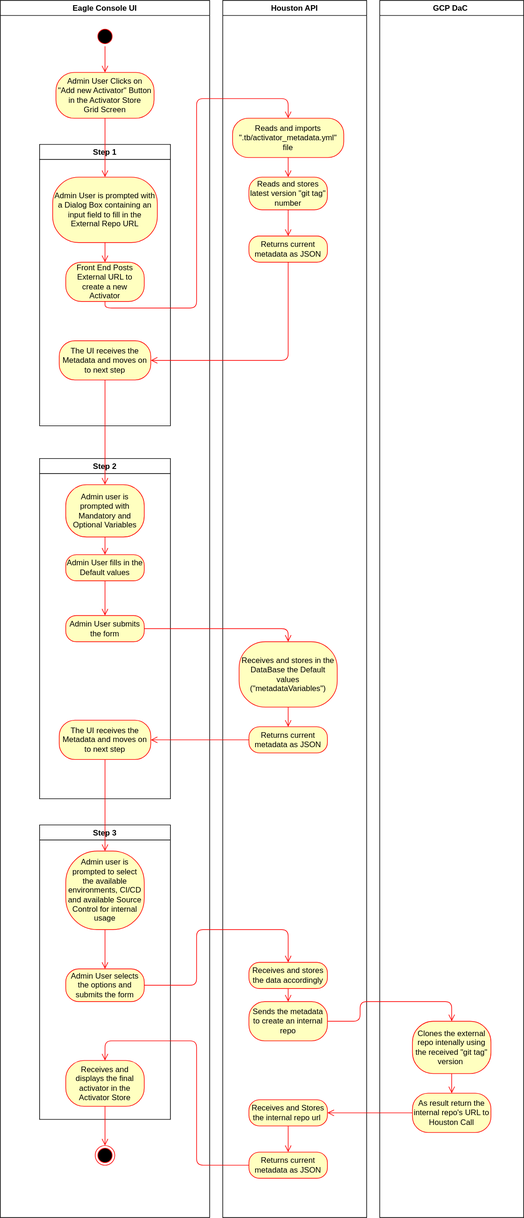
The draw.io diagram docs/activator_onboarding.svg in tranquilitybase-io/TranquilityBase, before a commit. Source tidied: cells renumbered, new cells last; positions are measured from the earlier drawing's top-left corner, leaving out a move shared by most shapes.
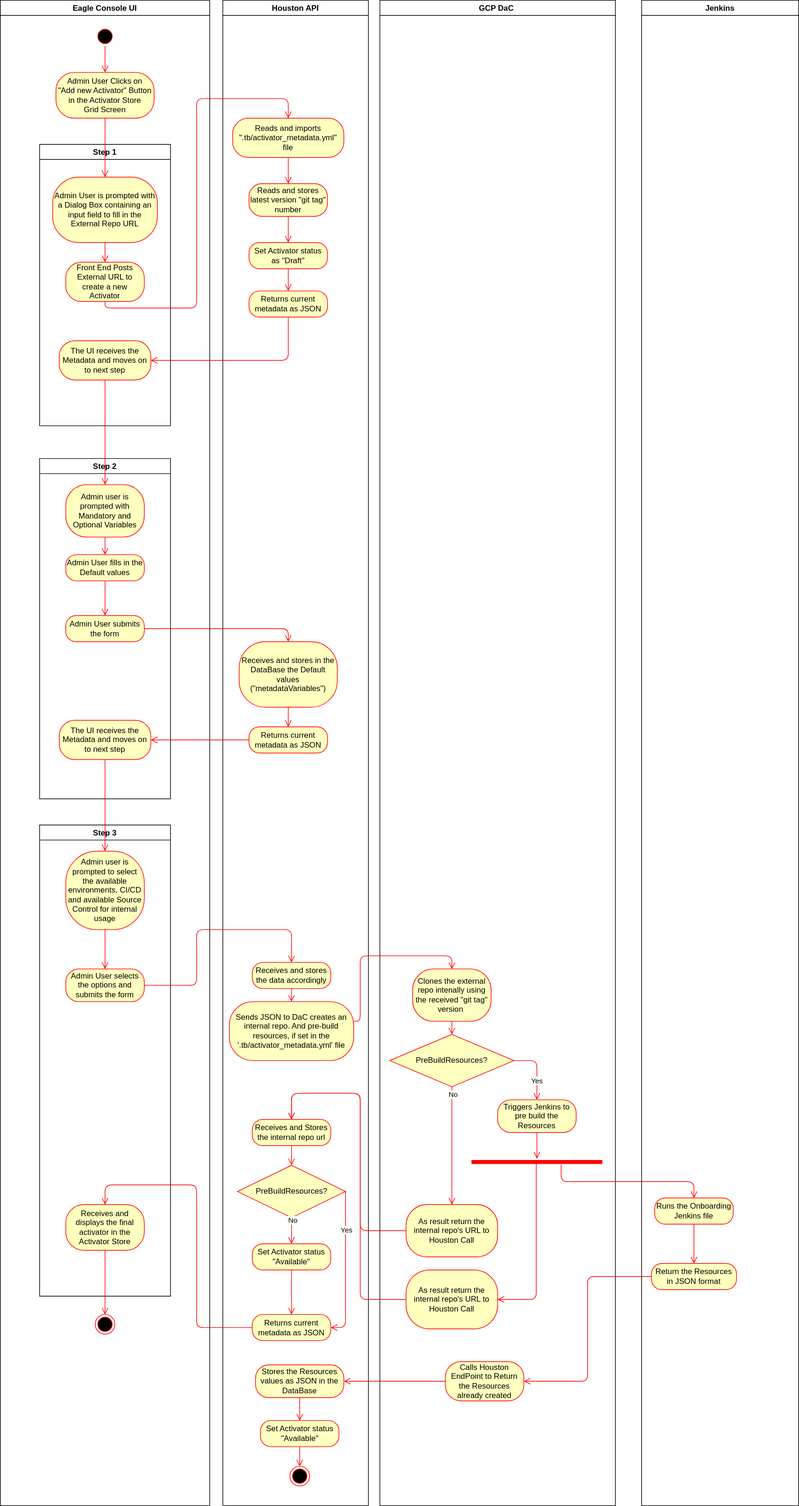
After the commit.

Commit message:
Activator onboarding to support prebuild resources

What changed in the source:
```diff
@@ -3,7 +3,7 @@
     <mxCell id="0" />
     <mxCell id="1" parent="0" />
     <mxCell id="2" value="Eagle Console UI" style="swimlane;" parent="1" vertex="1">
-      <mxGeometry width="320" height="1860" as="geometry" />
+      <mxGeometry width="320" height="2300" as="geometry" />
     </mxCell>
     <mxCell id="3" value="Step 1" style="swimlane;" parent="2" vertex="1">
       <mxGeometry x="60" y="220" width="200" height="430" as="geometry" />
@@ -36,7 +36,7 @@
       <mxGeometry x="30" y="400" width="140" height="60" as="geometry" />
     </mxCell>
     <mxCell id="13" style="ellipse;html=1;shape=endState;fillColor=#000000;strokeColor=#ff0000;" parent="2" vertex="1">
-      <mxGeometry x="145" y="1750" width="30" height="30" as="geometry" />
+      <mxGeometry x="145" y="2008" width="30" height="30" as="geometry" />
     </mxCell>
     <mxCell id="14" style="ellipse;html=1;shape=startState;fillColor=#000000;strokeColor=#ff0000;" parent="2" vertex="1">
       <mxGeometry x="145" y="40" width="30" height="30" as="geometry" />
@@ -56,7 +56,7 @@
       <mxGeometry relative="1" as="geometry" />
     </mxCell>
     <mxCell id="19" value="Step 3" style="swimlane;" parent="2" vertex="1">
-      <mxGeometry x="60" y="1260" width="200" height="450" as="geometry" />
+      <mxGeometry x="60" y="1260" width="200" height="720" as="geometry" />
     </mxCell>
     <mxCell id="20" value="Admin user is prompted to select the available environments, CI/CD and available Source Control for internal usage" style="rounded=1;whiteSpace=wrap;html=1;arcSize=40;fontColor=#000000;fillColor=#ffffc0;strokeColor=#ff0000;" parent="19" vertex="1">
       <mxGeometry x="40" y="40" width="120" height="120" as="geometry" />
@@ -65,7 +65,7 @@
       <mxGeometry x="40" y="220" width="120" height="50" as="geometry" />
     </mxCell>
     <mxCell id="22" value="Receives and displays the final activator in the Activator Store" style="rounded=1;whiteSpace=wrap;html=1;arcSize=40;fontColor=#000000;fillColor=#ffffc0;strokeColor=#ff0000;" parent="19" vertex="1">
-      <mxGeometry x="40" y="360" width="120" height="70" as="geometry" />
+      <mxGeometry x="40" y="580" width="120" height="70" as="geometry" />
     </mxCell>
     <mxCell id="23" style="edgeStyle=orthogonalEdgeStyle;html=1;verticalAlign=bottom;endArrow=open;endSize=8;strokeColor=#ff0000;entryX=0.5;entryY=0;entryDx=0;entryDy=0;" parent="2" edge="1" source="22" target="13">
       <mxGeometry relative="1" as="geometry" />
@@ -74,23 +74,22 @@
       <mxGeometry relative="1" as="geometry" />
     </mxCell>
     <mxCell id="25" value="Houston API" style="swimlane;" parent="1" vertex="1">
-      <mxGeometry x="340" width="220" height="1860" as="geometry" />
+      <mxGeometry x="340" width="222.5" height="2300" as="geometry" />
     </mxCell>
     <mxCell id="26" value="Reads and imports &quot;.tb/activator_metadata.yml&quot;&lt;br&gt;file" style="rounded=1;whiteSpace=wrap;html=1;arcSize=40;fontColor=#000000;fillColor=#ffffc0;strokeColor=#ff0000;" parent="25" vertex="1">
       <mxGeometry x="15" y="180" width="170" height="60" as="geometry" />
     </mxCell>
     <mxCell id="27" value="Reads and stores latest version &quot;git tag&quot; number" style="rounded=1;whiteSpace=wrap;html=1;arcSize=40;fontColor=#000000;fillColor=#ffffc0;strokeColor=#ff0000;" parent="25" vertex="1">
-      <mxGeometry x="40" y="270" width="120" height="50" as="geometry" />
+      <mxGeometry x="40" y="280" width="120" height="50" as="geometry" />
     </mxCell>
-    <mxCell id="28" style="edgeStyle=orthogonalEdgeStyle;html=1;verticalAlign=bottom;endArrow=open;endSize=8;strokeColor=#ff0000;exitX=0.5;exitY=1;exitDx=0;exitDy=0;entryX=0.5;entryY=0;entryDx=0;entryDy=0;" parent="25" edge="1" source="26" target="27">
-      <mxGeometry relative="1" as="geometry" />
+    <mxCell id="28" style="edgeStyle=orthogonalEdgeStyle;html=1;verticalAlign=bottom;endArrow=open;endSize=8;strokeColor=#ff0000;exitX=0.5;exitY=1;exitDx=0;exitDy=0;" parent="25" edge="1" source="26">
+      <mxGeometry relative="1" as="geometry">
+        <mxPoint x="100" y="280" as="targetPoint" />
+      </mxGeometry>
     </mxCell>
     <mxCell id="29" value="Returns current metadata as JSON" style="rounded=1;whiteSpace=wrap;html=1;arcSize=40;fontColor=#000000;fillColor=#ffffc0;strokeColor=#ff0000;" parent="25" vertex="1">
-      <mxGeometry x="40" y="360" width="120" height="40" as="geometry" />
+      <mxGeometry x="40" y="444" width="120" height="40" as="geometry" />
     </mxCell>
-    <mxCell id="30" style="edgeStyle=orthogonalEdgeStyle;html=1;verticalAlign=bottom;endArrow=open;endSize=8;strokeColor=#ff0000;exitX=0.5;exitY=1;exitDx=0;exitDy=0;entryX=0.5;entryY=0;entryDx=0;entryDy=0;" parent="25" edge="1" source="27" target="29">
-      <mxGeometry relative="1" as="geometry" />
-    </mxCell>
     <mxCell id="31" value="Receives and stores in the DataBase the Default values (&quot;metadataVariables&quot;)" style="rounded=1;whiteSpace=wrap;html=1;arcSize=40;fontColor=#000000;fillColor=#ffffc0;strokeColor=#ff0000;" parent="25" vertex="1">
       <mxGeometry x="25" y="980" width="150" height="100" as="geometry" />
     </mxCell>
@@ -101,39 +100,126 @@
       <mxGeometry relative="1" as="geometry" />
     </mxCell>
     <mxCell id="34" value="Receives and stores the data accordingly" style="rounded=1;whiteSpace=wrap;html=1;arcSize=40;fontColor=#000000;fillColor=#ffffc0;strokeColor=#ff0000;" parent="25" vertex="1">
-      <mxGeometry x="40" y="1470" width="120" height="40" as="geometry" />
+      <mxGeometry x="45" y="1470" width="120" height="40" as="geometry" />
     </mxCell>
-    <mxCell id="35" value="Sends the metadata to create an internal repo" style="rounded=1;whiteSpace=wrap;html=1;arcSize=40;fontColor=#000000;fillColor=#ffffc0;strokeColor=#ff0000;" parent="25" vertex="1">
-      <mxGeometry x="40" y="1530" width="120" height="60" as="geometry" />
+    <mxCell id="35" value="Sends JSON to DaC creates an internal repo. And pre-build resources, if set in the '.tb/activator_metadata.yml' file" style="rounded=1;whiteSpace=wrap;html=1;arcSize=40;fontColor=#000000;fillColor=#ffffc0;strokeColor=#ff0000;" parent="25" vertex="1">
+      <mxGeometry x="10" y="1530" width="190" height="90" as="geometry" />
     </mxCell>
     <mxCell id="36" style="edgeStyle=orthogonalEdgeStyle;html=1;verticalAlign=bottom;endArrow=open;endSize=8;strokeColor=#ff0000;" parent="25" edge="1" source="34" target="35">
       <mxGeometry relative="1" as="geometry" />
     </mxCell>
-    <mxCell id="37" value="Receives and Stores the internal repo url&amp;nbsp;" style="rounded=1;whiteSpace=wrap;html=1;arcSize=40;fontColor=#000000;fillColor=#ffffc0;strokeColor=#ff0000;" parent="25" vertex="1">
-      <mxGeometry x="40" y="1680" width="120" height="40" as="geometry" />
+    <mxCell id="37" value="Receives and Stores the internal repo url" style="rounded=1;whiteSpace=wrap;html=1;arcSize=40;fontColor=#000000;fillColor=#ffffc0;strokeColor=#ff0000;" parent="25" vertex="1">
+      <mxGeometry x="45" y="1710" width="120" height="40" as="geometry" />
     </mxCell>
-    <mxCell id="38" style="edgeStyle=orthogonalEdgeStyle;html=1;verticalAlign=bottom;endArrow=open;endSize=8;strokeColor=#ff0000;" parent="25" edge="1" source="37">
-      <mxGeometry relative="1" as="geometry">
-        <mxPoint x="100" y="1760" as="targetPoint" />
-      </mxGeometry>
+    <mxCell id="38" style="edgeStyle=orthogonalEdgeStyle;html=1;verticalAlign=bottom;endArrow=open;endSize=8;strokeColor=#ff0000;entryX=0.5;entryY=0;entryDx=0;entryDy=0;" parent="25" edge="1" source="37" target="60">
+      <mxGeometry relative="1" as="geometry" />
     </mxCell>
     <mxCell id="39" value="Returns current metadata as JSON" style="rounded=1;whiteSpace=wrap;html=1;arcSize=40;fontColor=#000000;fillColor=#ffffc0;strokeColor=#ff0000;" parent="25" vertex="1">
-      <mxGeometry x="40" y="1760" width="120" height="40" as="geometry" />
+      <mxGeometry x="45" y="2008" width="120" height="40" as="geometry" />
     </mxCell>
+    <mxCell id="55" value="Stores the Resources values as JSON in the DataBase" style="rounded=1;whiteSpace=wrap;html=1;arcSize=40;fontColor=#000000;fillColor=#ffffc0;strokeColor=#ff0000;" parent="25" vertex="1">
+      <mxGeometry x="50" y="2085" width="135" height="50" as="geometry" />
+    </mxCell>
+    <mxCell id="56" style="ellipse;html=1;shape=endState;fillColor=#000000;strokeColor=#ff0000;" parent="25" vertex="1">
+      <mxGeometry x="102.5" y="2240" width="30" height="30" as="geometry" />
+    </mxCell>
+    <mxCell id="57" style="edgeStyle=orthogonalEdgeStyle;html=1;verticalAlign=bottom;endArrow=open;endSize=8;strokeColor=#ff0000;exitX=0.5;exitY=1;exitDx=0;exitDy=0;" parent="25" edge="1" source="55" target="62">
+      <mxGeometry relative="1" as="geometry" />
+    </mxCell>
+    <mxCell id="58" value="Set Activator status as &quot;Draft&quot;" style="rounded=1;whiteSpace=wrap;html=1;arcSize=40;fontColor=#000000;fillColor=#ffffc0;strokeColor=#ff0000;" parent="25" vertex="1">
+      <mxGeometry x="40" y="370" width="120" height="40" as="geometry" />
+    </mxCell>
+    <mxCell id="30" style="edgeStyle=orthogonalEdgeStyle;html=1;verticalAlign=bottom;endArrow=open;endSize=8;strokeColor=#ff0000;exitX=0.5;exitY=1;exitDx=0;exitDy=0;" parent="25" edge="1" source="27" target="58">
+      <mxGeometry relative="1" as="geometry" />
+    </mxCell>
+    <mxCell id="59" style="edgeStyle=orthogonalEdgeStyle;html=1;verticalAlign=bottom;endArrow=open;endSize=8;strokeColor=#ff0000;exitX=0.5;exitY=1;exitDx=0;exitDy=0;entryX=0.5;entryY=0;entryDx=0;entryDy=0;" parent="25" edge="1" source="58" target="29">
+      <mxGeometry relative="1" as="geometry" />
+    </mxCell>
+    <mxCell id="60" value="PreBuildResources?" style="rhombus;whiteSpace=wrap;html=1;fillColor=#ffffc0;strokeColor=#ff0000;" parent="25" vertex="1">
+      <mxGeometry x="22.5" y="1780" width="165" height="80" as="geometry" />
+    </mxCell>
+    <mxCell id="61" value="Set Activator status &quot;Available&quot;" style="rounded=1;whiteSpace=wrap;html=1;arcSize=40;fontColor=#000000;fillColor=#ffffc0;strokeColor=#ff0000;" parent="25" vertex="1">
+      <mxGeometry x="45" y="1900" width="120" height="40" as="geometry" />
+    </mxCell>
+    <mxCell id="62" value="Set Activator status&lt;br&gt;&quot;Available&quot;" style="rounded=1;whiteSpace=wrap;html=1;arcSize=40;fontColor=#000000;fillColor=#ffffc0;strokeColor=#ff0000;" parent="25" vertex="1">
+      <mxGeometry x="57.5" y="2170" width="120" height="40" as="geometry" />
+    </mxCell>
+    <mxCell id="63" style="edgeStyle=orthogonalEdgeStyle;html=1;verticalAlign=bottom;endArrow=open;endSize=8;strokeColor=#ff0000;entryX=0.5;entryY=0;entryDx=0;entryDy=0;" parent="25" edge="1" source="62" target="56">
+      <mxGeometry relative="1" as="geometry" />
+    </mxCell>
+    <mxCell id="64" style="edgeStyle=orthogonalEdgeStyle;html=1;verticalAlign=bottom;endArrow=open;endSize=8;strokeColor=#ff0000;entryX=0.5;entryY=0;entryDx=0;entryDy=0;exitX=0.5;exitY=1;exitDx=0;exitDy=0;" parent="25" edge="1" source="61" target="39">
+      <mxGeometry relative="1" as="geometry">
+        <Array as="points">
+          <mxPoint x="105" y="1960" />
+          <mxPoint x="105" y="1960" />
+        </Array>
+      </mxGeometry>
+    </mxCell>
+    <mxCell id="65" style="edgeStyle=orthogonalEdgeStyle;html=1;verticalAlign=bottom;endArrow=open;endSize=8;strokeColor=#ff0000;exitX=0.5;exitY=1;exitDx=0;exitDy=0;entryX=0.5;entryY=0;entryDx=0;entryDy=0;" parent="25" edge="1" source="60" target="61">
+      <mxGeometry relative="1" as="geometry" />
+    </mxCell>
+    <mxCell id="66" value="No" style="edgeLabel;html=1;align=center;verticalAlign=middle;" parent="65" vertex="1">
+      <mxGeometry x="-0.87" y="1" relative="1" as="geometry" />
+    </mxCell>
+    <mxCell id="67" style="edgeStyle=orthogonalEdgeStyle;html=1;verticalAlign=bottom;endArrow=open;endSize=8;strokeColor=#ff0000;entryX=1;entryY=0.5;entryDx=0;entryDy=0;exitX=1;exitY=0.5;exitDx=0;exitDy=0;" parent="25" edge="1" source="60" target="39">
+      <mxGeometry relative="1" as="geometry">
+        <Array as="points">
+          <mxPoint x="188" y="2028" />
+        </Array>
+      </mxGeometry>
+    </mxCell>
+    <mxCell id="68" value="Yes" style="edgeLabel;html=1;align=center;verticalAlign=middle;" parent="67" vertex="1">
+      <mxGeometry x="-0.63" y="-15" relative="1" as="geometry">
+        <mxPoint x="16" y="15" as="offset" />
+      </mxGeometry>
+    </mxCell>
     <mxCell id="40" value="GCP DaC " style="swimlane;" parent="1" vertex="1">
-      <mxGeometry x="580" width="220" height="1860" as="geometry" />
+      <mxGeometry x="580" width="360" height="2300" as="geometry" />
     </mxCell>
     <mxCell id="41" value="Clones the external repo intenally using the received &quot;git tag&quot;&lt;br&gt;version&amp;nbsp;" style="rounded=1;whiteSpace=wrap;html=1;arcSize=40;fontColor=#000000;fillColor=#ffffc0;strokeColor=#ff0000;" parent="40" vertex="1">
-      <mxGeometry x="50" y="1560" width="120" height="80" as="geometry" />
+      <mxGeometry x="50" y="1480" width="120" height="80" as="geometry" />
     </mxCell>
-    <mxCell id="42" style="edgeStyle=orthogonalEdgeStyle;html=1;verticalAlign=bottom;endArrow=open;endSize=8;strokeColor=#ff0000;" parent="40" edge="1" source="41">
-      <mxGeometry relative="1" as="geometry">
-        <mxPoint x="110" y="1670" as="targetPoint" />
-      </mxGeometry>
-    </mxCell>
     <mxCell id="43" value="As result return the internal repo's URL to Houston Call" style="rounded=1;whiteSpace=wrap;html=1;arcSize=40;fontColor=#000000;fillColor=#ffffc0;strokeColor=#ff0000;" parent="40" vertex="1">
-      <mxGeometry x="50" y="1670" width="120" height="60" as="geometry" />
+      <mxGeometry x="40" y="1840" width="140" height="80" as="geometry" />
     </mxCell>
+    <mxCell id="69" value="As result return the internal repo's URL to Houston Call" style="rounded=1;whiteSpace=wrap;html=1;arcSize=40;fontColor=#000000;fillColor=#ffffc0;strokeColor=#ff0000;" parent="40" vertex="1">
+      <mxGeometry x="40" y="1940" width="140" height="90" as="geometry" />
+    </mxCell>
+    <mxCell id="70" style="shape=line;html=1;strokeWidth=6;strokeColor=#ff0000;" parent="40" vertex="1">
+      <mxGeometry x="140" y="1770" width="200" height="10" as="geometry" />
+    </mxCell>
+    <mxCell id="71" style="edgeStyle=orthogonalEdgeStyle;html=1;verticalAlign=bottom;endArrow=open;endSize=8;strokeColor=#ff0000;exitX=0.495;exitY=0.4;exitDx=0;exitDy=0;exitPerimeter=0;entryX=1;entryY=0.5;entryDx=0;entryDy=0;" parent="40" edge="1" source="70" target="69">
+      <mxGeometry relative="1" as="geometry" />
+    </mxCell>
+    <mxCell id="72" value="&lt;span&gt;PreBuildResources?&lt;/span&gt;" style="rhombus;whiteSpace=wrap;html=1;fillColor=#ffffc0;strokeColor=#ff0000;" parent="40" vertex="1">
+      <mxGeometry x="15" y="1580" width="190" height="80" as="geometry" />
+    </mxCell>
+    <mxCell id="73" style="edgeStyle=orthogonalEdgeStyle;html=1;verticalAlign=bottom;endArrow=open;endSize=8;strokeColor=#ff0000;exitX=0.5;exitY=1;exitDx=0;exitDy=0;" parent="40" edge="1" source="41" target="72">
+      <mxGeometry relative="1" as="geometry" />
+    </mxCell>
+    <mxCell id="74" style="edgeStyle=orthogonalEdgeStyle;html=1;verticalAlign=bottom;endArrow=open;endSize=8;strokeColor=#ff0000;exitX=0.5;exitY=1;exitDx=0;exitDy=0;entryX=0.5;entryY=0;entryDx=0;entryDy=0;" parent="40" edge="1" source="72" target="43">
+      <mxGeometry relative="1" as="geometry" />
+    </mxCell>
+    <mxCell id="75" value="No" style="edgeLabel;html=1;align=center;verticalAlign=middle;" parent="74" vertex="1">
+      <mxGeometry x="-0.87" y="1" relative="1" as="geometry" />
+    </mxCell>
+    <mxCell id="76" value="Triggers Jenkins to pre build the Resources" style="rounded=1;whiteSpace=wrap;html=1;arcSize=40;fontColor=#000000;fillColor=#ffffc0;strokeColor=#ff0000;" parent="40" vertex="1">
+      <mxGeometry x="180" y="1680" width="120" height="50" as="geometry" />
+    </mxCell>
+    <mxCell id="77" style="edgeStyle=orthogonalEdgeStyle;html=1;verticalAlign=bottom;endArrow=open;endSize=8;strokeColor=#ff0000;exitX=1;exitY=0.5;exitDx=0;exitDy=0;" parent="40" edge="1" source="72" target="76">
+      <mxGeometry relative="1" as="geometry" />
+    </mxCell>
+    <mxCell id="78" value="Yes" style="edgeLabel;html=1;align=center;verticalAlign=middle;" parent="77" vertex="1">
+      <mxGeometry x="-0.63" y="-15" relative="1" as="geometry">
+        <mxPoint x="16" y="15" as="offset" />
+      </mxGeometry>
+    </mxCell>
+    <mxCell id="79" style="edgeStyle=orthogonalEdgeStyle;html=1;verticalAlign=bottom;endArrow=open;endSize=8;strokeColor=#ff0000;exitX=0.5;exitY=1;exitDx=0;exitDy=0;" parent="40" edge="1" source="76" target="70">
+      <mxGeometry relative="1" as="geometry" />
+    </mxCell>
+    <mxCell id="80" value="Calls Houston EndPoint to Return the Resources already created" style="rounded=1;whiteSpace=wrap;html=1;arcSize=40;fontColor=#000000;fillColor=#ffffc0;strokeColor=#ff0000;" parent="40" vertex="1">
+      <mxGeometry x="100" y="2080" width="120" height="60" as="geometry" />
+    </mxCell>
     <mxCell id="44" value="Front End Posts External URL to create a new Activator" style="rounded=1;whiteSpace=wrap;html=1;arcSize=40;fontColor=#000000;fillColor=#ffffc0;strokeColor=#ff0000;" parent="1" vertex="1">
       <mxGeometry x="100" y="400" width="120" height="60" as="geometry" />
     </mxCell>
@@ -175,7 +261,7 @@
         <Array as="points">
           <mxPoint x="300" y="1505" />
           <mxPoint x="300" y="1420" />
-          <mxPoint x="440" y="1420" />
+          <mxPoint x="445" y="1420" />
         </Array>
       </mxGeometry>
     </mxCell>
@@ -183,22 +269,62 @@
       <mxGeometry relative="1" as="geometry">
         <Array as="points">
           <mxPoint x="550" y="1560" />
-          <mxPoint x="550" y="1530" />
-          <mxPoint x="690" y="1530" />
+          <mxPoint x="550" y="1460" />
+          <mxPoint x="690" y="1460" />
         </Array>
       </mxGeometry>
     </mxCell>
-    <mxCell id="53" style="edgeStyle=orthogonalEdgeStyle;html=1;verticalAlign=bottom;endArrow=open;endSize=8;strokeColor=#ff0000;entryX=1;entryY=0.5;entryDx=0;entryDy=0;" parent="1" edge="1" source="43" target="37">
-      <mxGeometry relative="1" as="geometry" />
+    <mxCell id="53" style="edgeStyle=orthogonalEdgeStyle;html=1;verticalAlign=bottom;endArrow=open;endSize=8;strokeColor=#ff0000;entryX=0.5;entryY=0;entryDx=0;entryDy=0;" parent="1" edge="1" source="43" target="37">
+      <mxGeometry relative="1" as="geometry">
+        <Array as="points">
+          <mxPoint x="550" y="1880" />
+          <mxPoint x="550" y="1670" />
+          <mxPoint x="445" y="1670" />
+        </Array>
+      </mxGeometry>
     </mxCell>
     <mxCell id="54" style="edgeStyle=orthogonalEdgeStyle;html=1;verticalAlign=bottom;endArrow=open;endSize=8;strokeColor=#ff0000;exitX=0;exitY=0.5;exitDx=0;exitDy=0;entryX=0.5;entryY=0;entryDx=0;entryDy=0;" parent="1" edge="1" source="39" target="22">
       <mxGeometry relative="1" as="geometry">
         <Array as="points">
-          <mxPoint x="300" y="1780" />
-          <mxPoint x="300" y="1590" />
-          <mxPoint x="160" y="1590" />
+          <mxPoint x="300" y="2028" />
+          <mxPoint x="300" y="1810" />
+          <mxPoint x="160" y="1810" />
         </Array>
       </mxGeometry>
     </mxCell>
+    <mxCell id="81" value="Jenkins" style="swimlane;" parent="1" vertex="1">
+      <mxGeometry x="980" width="240" height="2300" as="geometry" />
+    </mxCell>
+    <mxCell id="82" value="Runs the Onboarding Jenkins file" style="rounded=1;whiteSpace=wrap;html=1;arcSize=40;fontColor=#000000;fillColor=#ffffc0;strokeColor=#ff0000;" parent="81" vertex="1">
+      <mxGeometry x="20" y="1830" width="120" height="40" as="geometry" />
+    </mxCell>
+    <mxCell id="83" style="edgeStyle=orthogonalEdgeStyle;html=1;verticalAlign=bottom;endArrow=open;endSize=8;strokeColor=#ff0000;" parent="81" edge="1" source="82">
+      <mxGeometry relative="1" as="geometry">
+        <mxPoint x="80" y="1930" as="targetPoint" />
+      </mxGeometry>
+    </mxCell>
+    <mxCell id="84" value="Return the Resources in JSON format" style="rounded=1;whiteSpace=wrap;html=1;arcSize=40;fontColor=#000000;fillColor=#ffffc0;strokeColor=#ff0000;" parent="81" vertex="1">
+      <mxGeometry x="15" y="1930" width="130" height="40" as="geometry" />
+    </mxCell>
+    <mxCell id="85" style="edgeStyle=orthogonalEdgeStyle;html=1;verticalAlign=bottom;endArrow=open;endSize=8;strokeColor=#ff0000;exitX=0.685;exitY=0.9;exitDx=0;exitDy=0;exitPerimeter=0;" parent="1" edge="1" source="70">
+      <mxGeometry relative="1" as="geometry">
+        <mxPoint x="1060" y="1830" as="targetPoint" />
+      </mxGeometry>
+    </mxCell>
+    <mxCell id="86" style="edgeStyle=orthogonalEdgeStyle;html=1;verticalAlign=bottom;endArrow=open;endSize=8;strokeColor=#ff0000;exitX=0;exitY=0.5;exitDx=0;exitDy=0;entryX=0.5;entryY=0;entryDx=0;entryDy=0;" parent="1" edge="1" source="69" target="37">
+      <mxGeometry relative="1" as="geometry">
+        <Array as="points">
+          <mxPoint x="550" y="1985" />
+          <mxPoint x="550" y="1670" />
+          <mxPoint x="445" y="1670" />
+        </Array>
+      </mxGeometry>
+    </mxCell>
+    <mxCell id="87" style="edgeStyle=orthogonalEdgeStyle;html=1;verticalAlign=bottom;endArrow=open;endSize=8;strokeColor=#ff0000;entryX=1;entryY=0.5;entryDx=0;entryDy=0;" parent="1" edge="1" source="84" target="80">
+      <mxGeometry relative="1" as="geometry" />
+    </mxCell>
+    <mxCell id="88" style="edgeStyle=orthogonalEdgeStyle;html=1;verticalAlign=bottom;endArrow=open;endSize=8;strokeColor=#ff0000;" parent="1" edge="1" source="80" target="55">
+      <mxGeometry relative="1" as="geometry" />
+    </mxCell>
   </root>
 </mxGraphModel>
```
